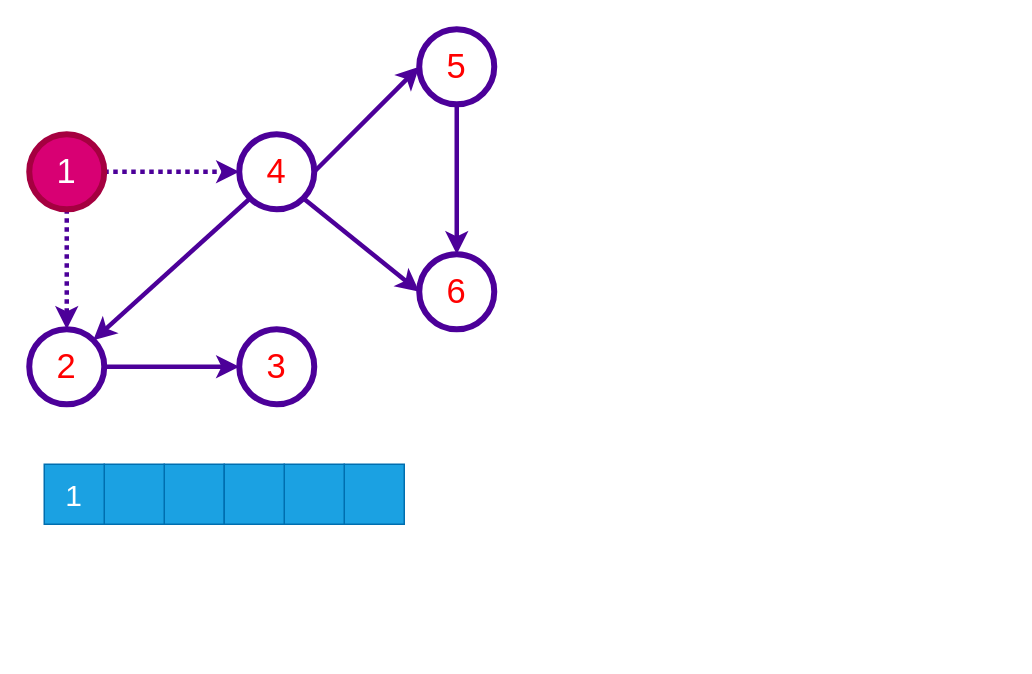
Earlier version of the draw.io diagram page "topo-bfs-2" (15 of 22) of docs/week-10/ce100-week-10-graphs-topological.drawio (ucoruh/ce100-algorithms-and-programming-II). Source tidied: cells renumbered, new cells numbered last; positions are measured from the earlier drawing's top-left corner, leaving out a move shared by most shapes. Both pictures are drawn from the tidied source at 150%, with x=0, y=0 at pixel (28, 28).
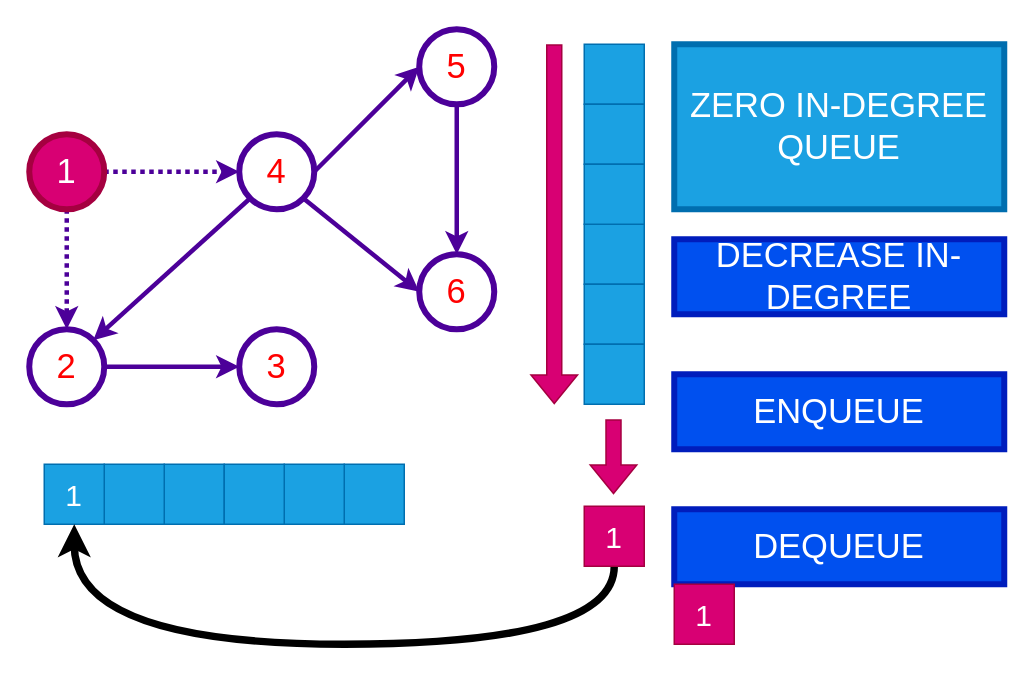
The same diagram, later.

Unchanged cells that the change refers to:
```xml
<mxCell id="17" value="1" style="rounded=0;whiteSpace=wrap;html=1;fillColor=#1ba1e2;fontColor=#ffffff;strokeColor=#006EAF;fontSize=20;" parent="1" vertex="1">
  <mxGeometry x="10" y="290" width="40" height="40" as="geometry" />
</mxCell>
```

Diff of the diagram source:
```diff
@@
+    <mxCell id="21" value="ZERO IN-DEGREE QUEUE" style="text;html=1;strokeColor=#006EAF;fillColor=#1ba1e2;align=center;verticalAlign=middle;whiteSpace=wrap;rounded=0;fontColor=#ffffff;fontSize=23;strokeWidth=4;" parent="1" vertex="1">
+      <mxGeometry x="430" y="10" width="220" height="110" as="geometry" />
+    </mxCell>
+    <mxCell id="22" style="rounded=0;whiteSpace=wrap;html=1;fillColor=#1ba1e2;fontColor=#ffffff;strokeColor=#006EAF;fontSize=20;" parent="1" vertex="1">
+      <mxGeometry x="370" y="130" width="40" height="40" as="geometry" />
+    </mxCell>
+    <mxCell id="23" style="rounded=0;whiteSpace=wrap;html=1;fillColor=#1ba1e2;fontColor=#ffffff;strokeColor=#006EAF;fontSize=20;" parent="1" vertex="1">
+      <mxGeometry x="370" y="170" width="40" height="40" as="geometry" />
+    </mxCell>
+    <mxCell id="24" style="rounded=0;whiteSpace=wrap;html=1;fillColor=#1ba1e2;fontColor=#ffffff;strokeColor=#006EAF;fontSize=20;" parent="1" vertex="1">
+      <mxGeometry x="370" y="210" width="40" height="40" as="geometry" />
+    </mxCell>
+    <mxCell id="25" style="rounded=0;whiteSpace=wrap;html=1;fillColor=#1ba1e2;fontColor=#ffffff;strokeColor=#006EAF;fontSize=20;" parent="1" vertex="1">
+      <mxGeometry x="370" y="10" width="40" height="40" as="geometry" />
+    </mxCell>
+    <mxCell id="26" style="rounded=0;whiteSpace=wrap;html=1;fillColor=#1ba1e2;fontColor=#ffffff;strokeColor=#006EAF;fontSize=20;" parent="1" vertex="1">
+      <mxGeometry x="370" y="50" width="40" height="40" as="geometry" />
+    </mxCell>
+    <mxCell id="27" style="rounded=0;whiteSpace=wrap;html=1;fillColor=#1ba1e2;fontColor=#ffffff;strokeColor=#006EAF;fontSize=20;" parent="1" vertex="1">
+      <mxGeometry x="370" y="90" width="40" height="40" as="geometry" />
+    </mxCell>
+    <mxCell id="28" style="shape=flexArrow;endArrow=classic;html=1;rounded=0;fillColor=#d80073;strokeColor=#A50040;" parent="1" edge="1">
+      <mxGeometry relative="1" as="geometry">
+        <mxPoint x="350" y="10" as="sourcePoint" />
+        <mxPoint x="350" y="250" as="targetPoint" />
+      </mxGeometry>
+    </mxCell>
+    <mxCell id="29" style="edgeStyle=orthogonalEdgeStyle;rounded=0;jettySize=auto;html=1;exitX=0.5;exitY=1;exitDx=0;exitDy=0;entryX=0.5;entryY=1;entryDx=0;entryDy=0;curved=1;strokeWidth=5;" parent="1" edge="1" source="30" target="17">
+      <mxGeometry relative="1" as="geometry">
+        <Array as="points">
+          <mxPoint x="390" y="410" />
+          <mxPoint x="30" y="410" />
+        </Array>
+      </mxGeometry>
+    </mxCell>
+    <mxCell id="30" value="1" style="rounded=0;whiteSpace=wrap;html=1;fillColor=#d80073;fontColor=#ffffff;strokeColor=#A50040;fontSize=20;" parent="1" vertex="1">
+      <mxGeometry x="370" y="318" width="40" height="40" as="geometry" />
+    </mxCell>
+    <mxCell id="31" style="shape=flexArrow;endArrow=classic;html=1;rounded=0;fillColor=#d80073;strokeColor=#A50040;" parent="1" edge="1">
+      <mxGeometry relative="1" as="geometry">
+        <mxPoint x="389.5" y="260" as="sourcePoint" />
+        <mxPoint x="389.5" y="310" as="targetPoint" />
+      </mxGeometry>
+    </mxCell>
+    <mxCell id="32" value="DECREASE IN-DEGREE" style="text;html=1;strokeColor=#001DBC;fillColor=#0050ef;align=center;verticalAlign=middle;whiteSpace=wrap;rounded=0;fontColor=#ffffff;fontSize=23;strokeWidth=4;" parent="1" vertex="1">
+      <mxGeometry x="430" y="140" width="220" height="50" as="geometry" />
+    </mxCell>
+    <mxCell id="33" value="ENQUEUE" style="text;html=1;strokeColor=#001DBC;fillColor=#0050ef;align=center;verticalAlign=middle;whiteSpace=wrap;rounded=0;fontColor=#ffffff;fontSize=23;strokeWidth=4;" parent="1" vertex="1">
+      <mxGeometry x="430" y="230" width="220" height="50" as="geometry" />
+    </mxCell>
+    <mxCell id="34" value="DEQUEUE" style="text;html=1;strokeColor=#001DBC;fillColor=#0050ef;align=center;verticalAlign=middle;whiteSpace=wrap;rounded=0;fontColor=#ffffff;fontSize=23;strokeWidth=4;" parent="1" vertex="1">
+      <mxGeometry x="430" y="320" width="220" height="50" as="geometry" />
+    </mxCell>
+    <mxCell id="35" value="1" style="rounded=0;whiteSpace=wrap;html=1;fillColor=#d80073;fontColor=#ffffff;strokeColor=#A50040;fontSize=20;" parent="1" vertex="1">
+      <mxGeometry x="430" y="370" width="40" height="40" as="geometry" />
+    </mxCell>
```
